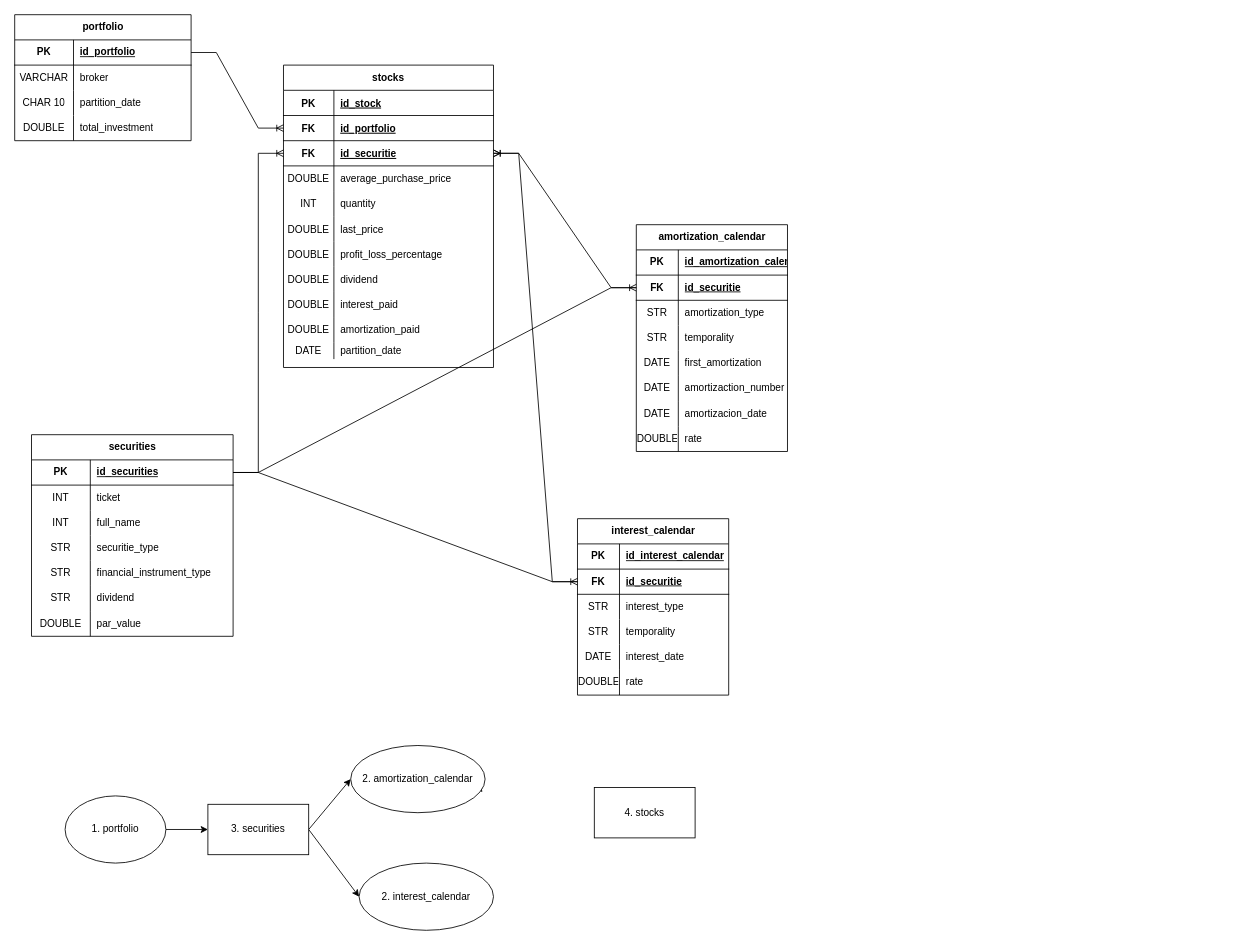
Above: UML/modelo_de_datos.drawio in Tomasteawita/white_finance (draw.io), before the change. Source tidied: cells renumbered, new cells numbered last; positions are measured from the earlier drawing's top-left corner, leaving out a move shared by most shapes. Both pictures are drawn from the tidied source at 84%, with x=0, y=0 at pixel (14, 14).
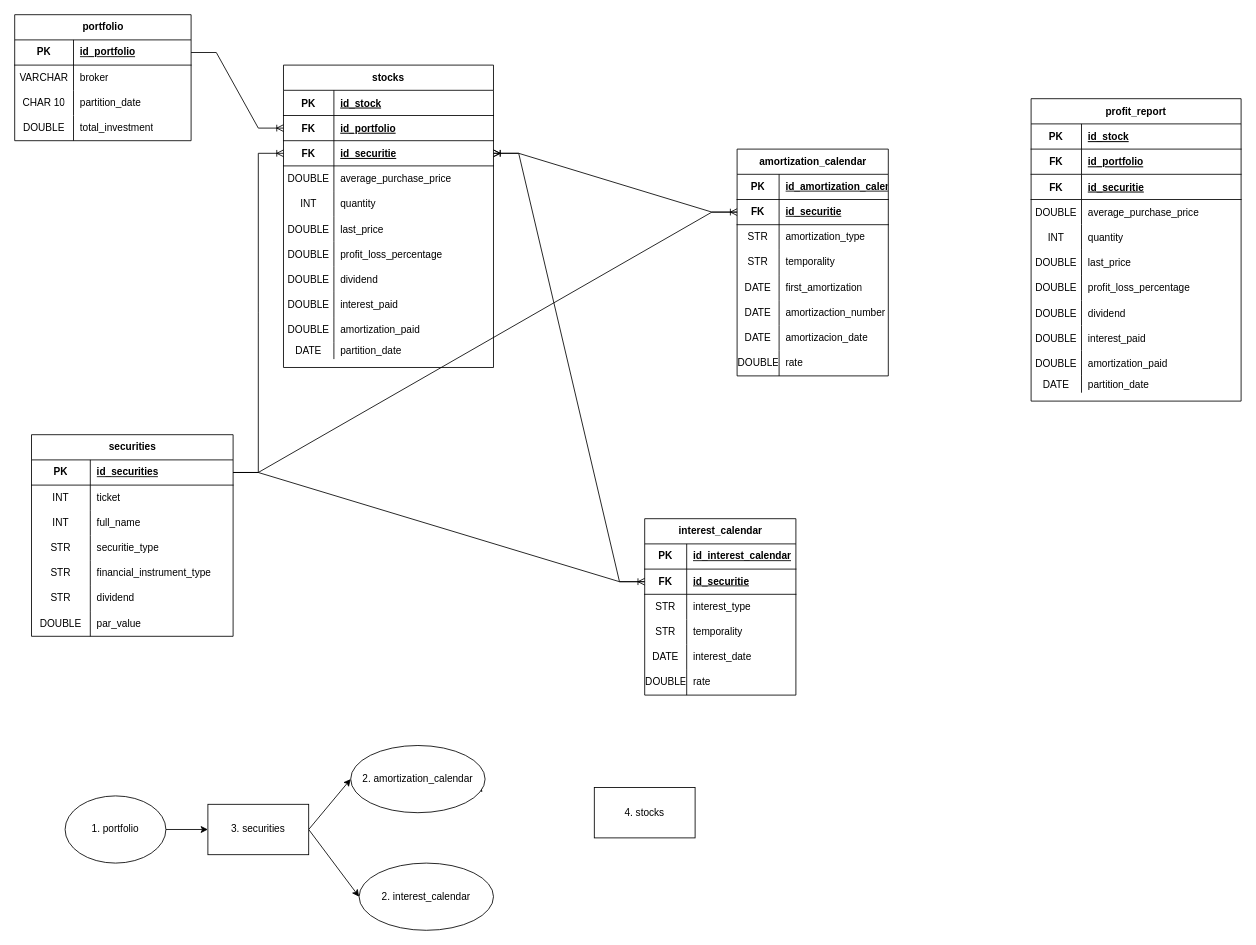
The same page after the edit.

Diff of the diagram source:
```diff
@@
     <mxCell id="50" value="amortization_calendar" style="shape=table;startSize=30;childLayout=tableLayout;rowLines=0;fontStyle=1;align=center;html=1;" parent="1" vertex="1">
-      <mxGeometry x="740" y="250" width="180" height="270" as="geometry" />
+      <mxGeometry x="860" y="160" width="180" height="270" as="geometry" />
     </mxCell>
@@
     <mxCell id="75" value="interest_calendar" style="shape=table;startSize=30;childLayout=tableLayout;rowLines=0;fontStyle=1;align=center;html=1;" parent="1" vertex="1">
-      <mxGeometry x="670" y="600" width="180" height="210" as="geometry" />
+      <mxGeometry x="750" y="600" width="180" height="210" as="geometry" />
     </mxCell>
@@
+    <mxCell id="130" value="profit_report" style="shape=table;startSize=30;childLayout=tableLayout;rowLines=0;fontStyle=1;align=center;" parent="1" vertex="1">
+      <mxGeometry x="1210" y="100" width="250" height="360" as="geometry" />
+    </mxCell>
+    <mxCell id="131" style="shape=partialRectangle;fillColor=none;top=0;left=0;right=0;bottom=1;" parent="130" vertex="1">
+      <mxGeometry y="30" width="250" height="30" as="geometry" />
+    </mxCell>
+    <mxCell id="132" value="PK" style="shape=partialRectangle;overflow=hidden;fillColor=none;top=0;left=0;bottom=0;right=0;fontStyle=1;" parent="131" vertex="1">
+      <mxGeometry width="60" height="30" as="geometry" />
+    </mxCell>
+    <mxCell id="133" value="id_stock" style="shape=partialRectangle;overflow=hidden;fillColor=none;top=0;left=0;bottom=0;right=0;align=left;spacingLeft=6;fontStyle=5;" parent="131" vertex="1">
+      <mxGeometry x="60" width="190" height="30" as="geometry" />
+    </mxCell>
+    <mxCell id="134" style="shape=partialRectangle;fillColor=none;top=0;left=0;right=0;bottom=1;" parent="130" vertex="1">
+      <mxGeometry y="60" width="250" height="30" as="geometry" />
+    </mxCell>
+    <mxCell id="135" value="FK" style="shape=partialRectangle;overflow=hidden;fillColor=none;top=0;left=0;bottom=0;right=0;fontStyle=1;" parent="134" vertex="1">
+      <mxGeometry width="60" height="30" as="geometry" />
+    </mxCell>
+    <mxCell id="136" value="id_portfolio" style="shape=partialRectangle;overflow=hidden;fillColor=none;top=0;left=0;bottom=0;right=0;align=left;spacingLeft=6;fontStyle=5;" parent="134" vertex="1">
+      <mxGeometry x="60" width="190" height="30" as="geometry" />
+    </mxCell>
+    <mxCell id="137" style="shape=partialRectangle;fillColor=none;top=0;left=0;right=0;bottom=1;" parent="130" vertex="1">
+      <mxGeometry y="90" width="250" height="30" as="geometry" />
+    </mxCell>
+    <mxCell id="138" value="FK" style="shape=partialRectangle;overflow=hidden;fillColor=none;top=0;left=0;bottom=0;right=0;fontStyle=1;" parent="137" vertex="1">
+      <mxGeometry width="60" height="30" as="geometry" />
+    </mxCell>
+    <mxCell id="139" value="id_securitie" style="shape=partialRectangle;overflow=hidden;fillColor=none;top=0;left=0;bottom=0;right=0;align=left;spacingLeft=6;fontStyle=5;" parent="137" vertex="1">
+      <mxGeometry x="60" width="190" height="30" as="geometry" />
+    </mxCell>
+    <mxCell id="140" style="shape=partialRectangle;fillColor=none;top=0;left=0;right=0;bottom=0;" parent="130" vertex="1">
+      <mxGeometry y="120" width="250" height="30" as="geometry" />
+    </mxCell>
+    <mxCell id="141" value="DOUBLE" style="shape=partialRectangle;overflow=hidden;fillColor=none;top=0;left=0;bottom=0;right=0;" parent="140" vertex="1">
+      <mxGeometry width="60" height="30" as="geometry" />
+    </mxCell>
+    <mxCell id="142" value="average_purchase_price" style="shape=partialRectangle;overflow=hidden;fillColor=none;top=0;left=0;bottom=0;right=0;align=left;spacingLeft=6;" parent="140" vertex="1">
+      <mxGeometry x="60" width="190" height="30" as="geometry" />
+    </mxCell>
+    <mxCell id="143" style="shape=partialRectangle;fillColor=none;top=0;left=0;right=0;bottom=0;" parent="130" vertex="1">
+      <mxGeometry y="150" width="250" height="30" as="geometry" />
+    </mxCell>
+    <mxCell id="144" value="INT" style="shape=partialRectangle;overflow=hidden;fillColor=none;top=0;left=0;bottom=0;right=0;" parent="143" vertex="1">
+      <mxGeometry width="60" height="30" as="geometry" />
+    </mxCell>
+    <mxCell id="145" value="quantity" style="shape=partialRectangle;overflow=hidden;fillColor=none;top=0;left=0;bottom=0;right=0;align=left;spacingLeft=6;" parent="143" vertex="1">
+      <mxGeometry x="60" width="190" height="30" as="geometry" />
+    </mxCell>
+    <mxCell id="146" style="shape=partialRectangle;fillColor=none;top=0;left=0;right=0;bottom=0;" parent="130" vertex="1">
+      <mxGeometry y="180" width="250" height="30" as="geometry" />
+    </mxCell>
+    <mxCell id="147" value="DOUBLE" style="shape=partialRectangle;overflow=hidden;fillColor=none;top=0;left=0;bottom=0;right=0;" parent="146" vertex="1">
+      <mxGeometry width="60" height="30" as="geometry" />
+    </mxCell>
+    <mxCell id="148" value="last_price" style="shape=partialRectangle;overflow=hidden;fillColor=none;top=0;left=0;bottom=0;right=0;align=left;spacingLeft=6;" parent="146" vertex="1">
+      <mxGeometry x="60" width="190" height="30" as="geometry" />
+    </mxCell>
+    <mxCell id="149" style="shape=partialRectangle;fillColor=none;top=0;left=0;right=0;bottom=0;" parent="130" vertex="1">
+      <mxGeometry y="210" width="250" height="30" as="geometry" />
+    </mxCell>
+    <mxCell id="150" value="DOUBLE" style="shape=partialRectangle;overflow=hidden;fillColor=none;top=0;left=0;bottom=0;right=0;" parent="149" vertex="1">
+      <mxGeometry width="60" height="30" as="geometry" />
+    </mxCell>
+    <mxCell id="151" value="profit_loss_percentage" style="shape=partialRectangle;overflow=hidden;fillColor=none;top=0;left=0;bottom=0;right=0;align=left;spacingLeft=6;" parent="149" vertex="1">
+      <mxGeometry x="60" width="190" height="30" as="geometry" />
+    </mxCell>
+    <mxCell id="152" style="shape=partialRectangle;fillColor=none;top=0;left=0;right=0;bottom=0;" parent="130" vertex="1">
+      <mxGeometry y="240" width="250" height="30" as="geometry" />
+    </mxCell>
+    <mxCell id="153" value="DOUBLE" style="shape=partialRectangle;overflow=hidden;fillColor=none;top=0;left=0;bottom=0;right=0;" parent="152" vertex="1">
+      <mxGeometry width="60" height="30" as="geometry" />
+    </mxCell>
+    <mxCell id="154" value="dividend" style="shape=partialRectangle;overflow=hidden;fillColor=none;top=0;left=0;bottom=0;right=0;align=left;spacingLeft=6;" parent="152" vertex="1">
+      <mxGeometry x="60" width="190" height="30" as="geometry" />
+    </mxCell>
+    <mxCell id="155" style="shape=partialRectangle;fillColor=none;top=0;left=0;right=0;bottom=0;" parent="130" vertex="1">
+      <mxGeometry y="270" width="250" height="30" as="geometry" />
+    </mxCell>
+    <mxCell id="156" value="DOUBLE" style="shape=partialRectangle;overflow=hidden;fillColor=none;top=0;left=0;bottom=0;right=0;" parent="155" vertex="1">
+      <mxGeometry width="60" height="30" as="geometry" />
+    </mxCell>
+    <mxCell id="157" value="interest_paid" style="shape=partialRectangle;overflow=hidden;fillColor=none;top=0;left=0;bottom=0;right=0;align=left;spacingLeft=6;" parent="155" vertex="1">
+      <mxGeometry x="60" width="190" height="30" as="geometry" />
+    </mxCell>
+    <mxCell id="158" style="shape=partialRectangle;fillColor=none;top=0;left=0;right=0;bottom=0;" parent="130" vertex="1">
+      <mxGeometry y="300" width="250" height="30" as="geometry" />
+    </mxCell>
+    <mxCell id="159" value="DOUBLE" style="shape=partialRectangle;overflow=hidden;fillColor=none;top=0;left=0;bottom=0;right=0;" parent="158" vertex="1">
+      <mxGeometry width="60" height="30" as="geometry" />
+    </mxCell>
+    <mxCell id="160" value="amortization_paid" style="shape=partialRectangle;overflow=hidden;fillColor=none;top=0;left=0;bottom=0;right=0;align=left;spacingLeft=6;" parent="158" vertex="1">
+      <mxGeometry x="60" width="190" height="30" as="geometry" />
+    </mxCell>
+    <mxCell id="161" style="shape=partialRectangle;fillColor=none;top=0;left=0;right=0;bottom=0;" parent="130" vertex="1">
+      <mxGeometry y="330" width="250" height="20" as="geometry" />
+    </mxCell>
+    <mxCell id="162" value="DATE" style="shape=partialRectangle;overflow=hidden;fillColor=none;top=0;left=0;bottom=0;right=0;" parent="161" vertex="1">
+      <mxGeometry width="60" height="20" as="geometry" />
+    </mxCell>
+    <mxCell id="163" value="partition_date" style="shape=partialRectangle;overflow=hidden;fillColor=none;top=0;left=0;bottom=0;right=0;align=left;spacingLeft=6;" parent="161" vertex="1">
+      <mxGeometry x="60" width="190" height="20" as="geometry" />
+    </mxCell>
```
